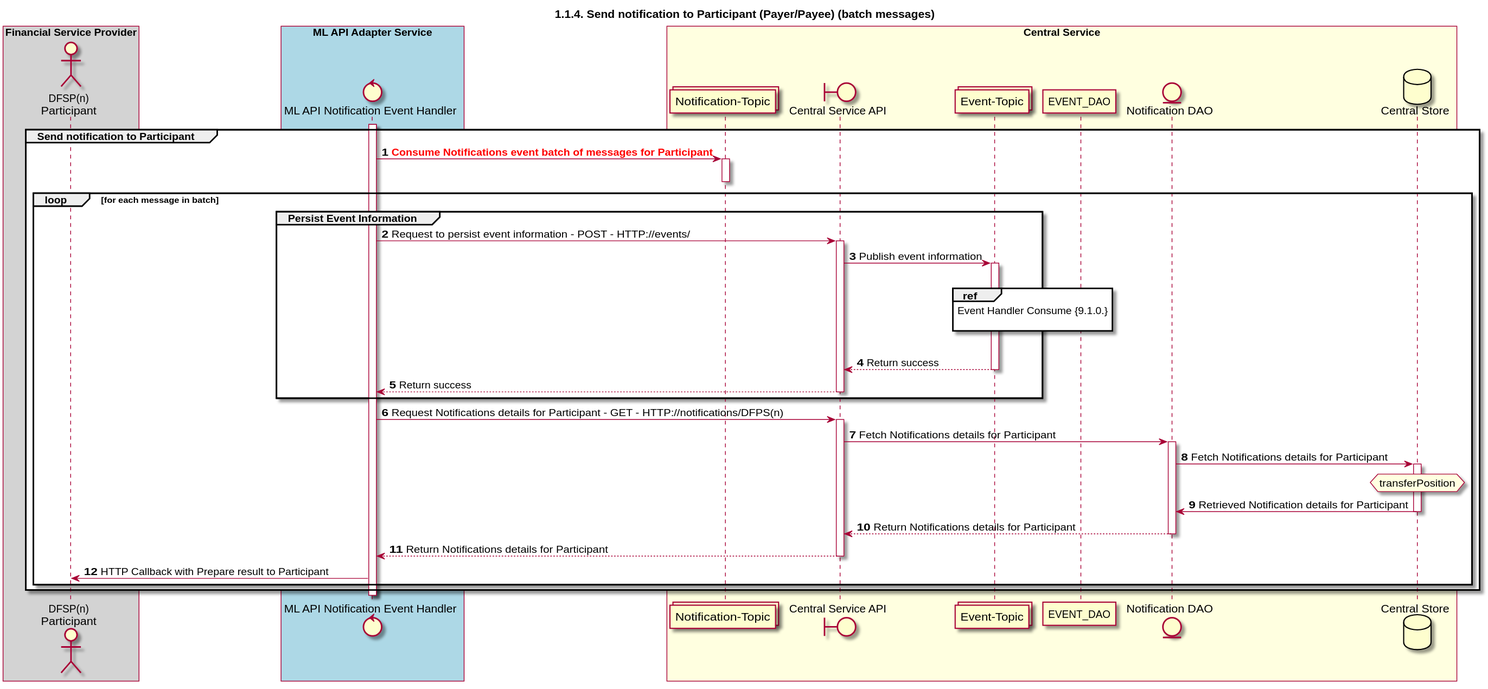
The PlantUML diagram CentralServices/seq_diagrams/seq-prepare-1.1.4.b.svg in ggrg/docs, before a commit.
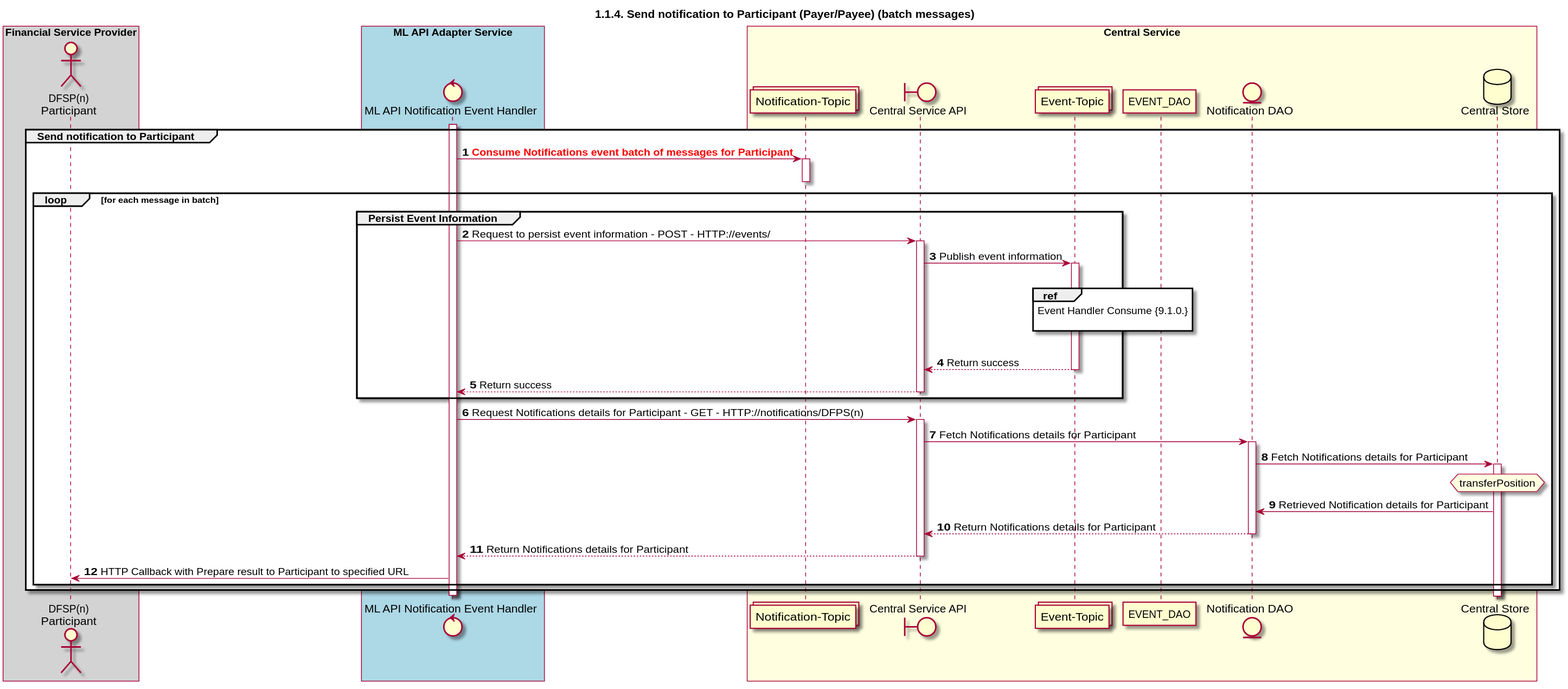
Above is the later version.

Diff of the diagram source:
```diff
@@ -58,12 +58,11 @@
             transferPosition
         end note
         DB -> NOTIFY_DAO: Retrieved Notification details for Participant
-        deactivate DB
         NOTIFY_DAO --> CSAPI: Return Notifications details for Participant
         deactivate NOTIFY_DAO
         CSAPI --> NOTIFY_HANDLER: Return Notifications details for Participant
         deactivate CSAPI
-        NOTIFY_HANDLER -> DFSP: HTTP Callback with Prepare result to Participant
+        NOTIFY_HANDLER -> DFSP: HTTP Callback with Prepare result to Participant to specified URL
     end
 end
 deactivate NOTIFY_HANDLER
```
